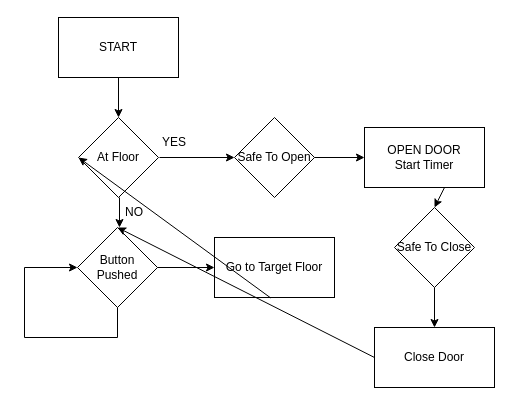
This is Elevator Flowchart.drawio from lkw56/Elevator, a draw.io file, before an edit. Source tidied: cells renumbered, new cells numbered last; positions are measured from the earlier drawing's top-left corner, leaving out a move shared by most shapes. Both pictures are drawn from the tidied source at 100%, with x=0, y=0 at pixel (24, 17).
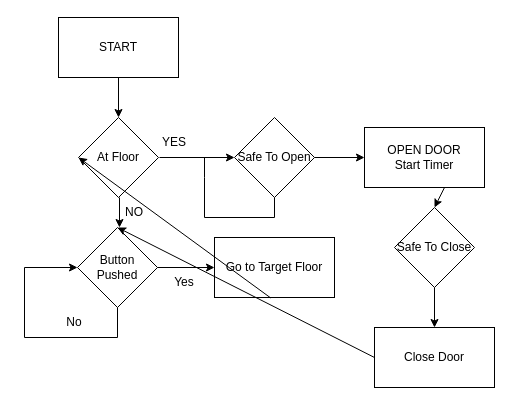
Above is the later version.

What changed in the source:
```diff
@@
+    <mxCell id="22" value="No" style="text;html=1;strokeColor=none;fillColor=none;align=center;verticalAlign=middle;whiteSpace=wrap;rounded=0;" parent="1" vertex="1">
+      <mxGeometry x="20" y="290" width="60" height="30" as="geometry" />
+    </mxCell>
+    <mxCell id="23" value="Yes" style="text;html=1;strokeColor=none;fillColor=none;align=center;verticalAlign=middle;whiteSpace=wrap;rounded=0;" parent="1" vertex="1">
+      <mxGeometry x="130" y="250" width="60" height="30" as="geometry" />
+    </mxCell>
+    <mxCell id="24" style="endArrow=none;html=1;rounded=0;" parent="1" edge="1">
+      <mxGeometry relative="1" as="geometry">
+        <mxPoint x="250" y="180" as="sourcePoint" />
+        <mxPoint x="180" y="140" as="targetPoint" />
+        <Array as="points">
+          <mxPoint x="250" y="200" />
+          <mxPoint x="180" y="200" />
+          <mxPoint x="180" y="160" />
+        </Array>
+      </mxGeometry>
+    </mxCell>
```
